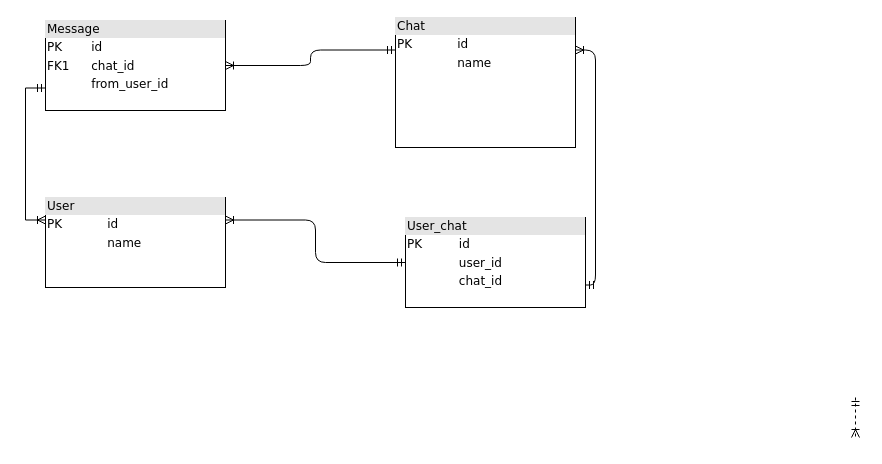
Before: Untitled Diagram.drawio in Tuyen94/drawio, a draw.io diagram. Source tidied: cells renumbered, new cells numbered last; positions are measured from the earlier drawing's top-left corner, leaving out a move shared by most shapes. Both pictures are drawn from the tidied source at 100%, with x=0, y=0 at pixel (45, 17).
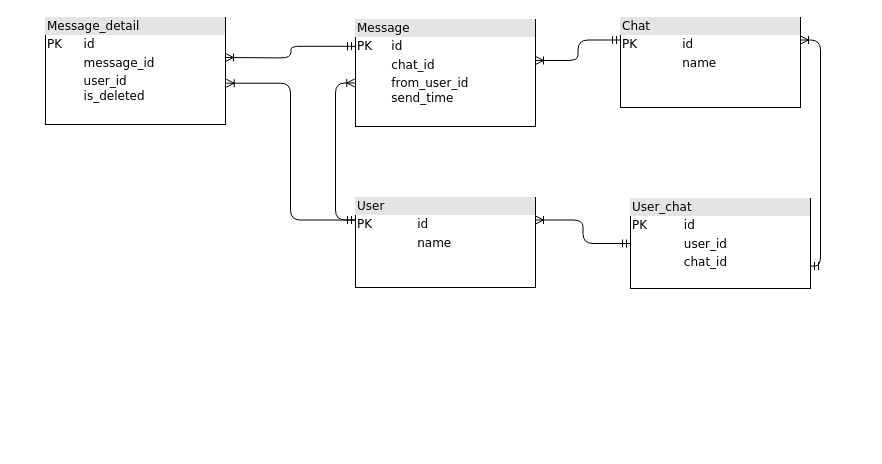
Above is the later version.

What changed in the source:
```diff
@@
 <mxGraphModel>
   <root>
     <mxCell id="0" />
     <mxCell id="1" parent="0" />
-    <mxCell id="2" style="edgeStyle=orthogonalEdgeStyle;rounded=0;jettySize=auto;html=1;exitX=0;exitY=0.75;exitDx=0;exitDy=0;entryX=0;entryY=0.25;entryDx=0;entryDy=0;startArrow=ERmandOne;startFill=0;endArrow=ERoneToMany;endFill=0;" parent="1" edge="1" source="3" target="5">
+    <mxCell id="2" style="edgeStyle=orthogonalEdgeStyle;rounded=1;jettySize=auto;html=1;exitX=-0.004;exitY=0.593;exitDx=0;exitDy=0;entryX=0;entryY=0.25;entryDx=0;entryDy=0;startArrow=ERoneToMany;startFill=0;endArrow=ERmandOne;endFill=0;exitPerimeter=0;" parent="1" edge="1" source="3" target="5">
       <mxGeometry relative="1" as="geometry" />
     </mxCell>
-    <mxCell id="3" value="&lt;div style=&quot;box-sizing:border-box;width:100%;background:#e4e4e4;padding:2px;&quot;&gt;Message&lt;/div&gt;&lt;table style=&quot;width:100%;font-size:1em;&quot; cellpadding=&quot;2&quot; cellspacing=&quot;0&quot;&gt;&lt;tbody&gt;&lt;tr&gt;&lt;td&gt;PK&lt;/td&gt;&lt;td&gt;id&lt;/td&gt;&lt;/tr&gt;&lt;tr&gt;&lt;td&gt;FK1&lt;/td&gt;&lt;td&gt;chat_id&lt;/td&gt;&lt;/tr&gt;&lt;tr&gt;&lt;td&gt;&lt;/td&gt;&lt;td&gt;from_user_id&lt;/td&gt;&lt;/tr&gt;&lt;/tbody&gt;&lt;/table&gt;" style="verticalAlign=top;align=left;overflow=fill;html=1;rounded=0;shadow=0;comic=0;labelBackgroundColor=none;strokeWidth=1;fontFamily=Verdana;fontSize=12;" parent="1" vertex="1">
-      <mxGeometry y="3" width="180" height="90" as="geometry" />
+    <mxCell id="3" value="&lt;div style=&quot;box-sizing:border-box;width:100%;background:#e4e4e4;padding:2px;&quot;&gt;Message&lt;/div&gt;&lt;table style=&quot;width:100%;font-size:1em;&quot; cellpadding=&quot;2&quot; cellspacing=&quot;0&quot;&gt;&lt;tbody&gt;&lt;tr&gt;&lt;td&gt;PK&lt;/td&gt;&lt;td&gt;id&lt;/td&gt;&lt;/tr&gt;&lt;tr&gt;&lt;td&gt;&lt;/td&gt;&lt;td&gt;chat_id&lt;/td&gt;&lt;/tr&gt;&lt;tr&gt;&lt;td&gt;&lt;/td&gt;&lt;td&gt;from_user_id&lt;br&gt;send_time&lt;/td&gt;&lt;/tr&gt;&lt;/tbody&gt;&lt;/table&gt;" style="verticalAlign=top;align=left;overflow=fill;html=1;rounded=0;shadow=0;comic=0;labelBackgroundColor=none;strokeWidth=1;fontFamily=Verdana;fontSize=12;" parent="1" vertex="1">
+      <mxGeometry x="310" y="2" width="180" height="107" as="geometry" />
     </mxCell>
     <mxCell id="4" value="&lt;div style=&quot;box-sizing: border-box ; width: 100% ; background: #e4e4e4 ; padding: 2px&quot;&gt;Chat&lt;/div&gt;&lt;table style=&quot;width: 100% ; font-size: 1em&quot; cellpadding=&quot;2&quot; cellspacing=&quot;0&quot;&gt;&lt;tbody&gt;&lt;tr&gt;&lt;td&gt;PK&lt;/td&gt;&lt;td&gt;id&lt;/td&gt;&lt;/tr&gt;&lt;tr&gt;&lt;td&gt;&lt;br&gt;&lt;/td&gt;&lt;td&gt;name&lt;/td&gt;&lt;/tr&gt;&lt;tr&gt;&lt;td&gt;&lt;/td&gt;&lt;td&gt;&lt;br&gt;&lt;/td&gt;&lt;/tr&gt;&lt;/tbody&gt;&lt;/table&gt;" style="verticalAlign=top;align=left;overflow=fill;html=1;rounded=0;shadow=0;comic=0;labelBackgroundColor=none;strokeWidth=1;fontFamily=Verdana;fontSize=12;" parent="1" vertex="1">
-      <mxGeometry x="350" width="180" height="130" as="geometry" />
+      <mxGeometry x="575" width="180" height="90" as="geometry" />
     </mxCell>
+    <mxCell id="11" style="edgeStyle=orthogonalEdgeStyle;rounded=1;jettySize=auto;html=1;entryX=1.004;entryY=0.614;entryDx=0;entryDy=0;startArrow=ERmandOne;startFill=0;endArrow=ERoneToMany;endFill=0;exitX=0;exitY=0.25;exitDx=0;exitDy=0;entryPerimeter=0;" parent="1" edge="1" source="5" target="13">
+      <mxGeometry relative="1" as="geometry" />
+    </mxCell>
     <mxCell id="5" value="&lt;div style=&quot;box-sizing:border-box;width:100%;background:#e4e4e4;padding:2px;&quot;&gt;User&lt;/div&gt;&lt;table style=&quot;width:100%;font-size:1em;&quot; cellpadding=&quot;2&quot; cellspacing=&quot;0&quot;&gt;&lt;tbody&gt;&lt;tr&gt;&lt;td&gt;PK&lt;/td&gt;&lt;td&gt;id&lt;/td&gt;&lt;/tr&gt;&lt;tr&gt;&lt;td&gt;&lt;br&gt;&lt;/td&gt;&lt;td&gt;name&lt;/td&gt;&lt;/tr&gt;&lt;tr&gt;&lt;td&gt;&lt;/td&gt;&lt;td&gt;&lt;br&gt;&lt;/td&gt;&lt;/tr&gt;&lt;/tbody&gt;&lt;/table&gt;" style="verticalAlign=top;align=left;overflow=fill;html=1;rounded=0;shadow=0;comic=0;labelBackgroundColor=none;strokeWidth=1;fontFamily=Verdana;fontSize=12;" parent="1" vertex="1">
-      <mxGeometry y="180" width="180" height="90" as="geometry" />
+      <mxGeometry x="310" y="180" width="180" height="90" as="geometry" />
     </mxCell>
-    <mxCell id="6" style="edgeStyle=orthogonalEdgeStyle;html=1;entryX=0.5;entryY=0;dashed=1;labelBackgroundColor=none;startArrow=ERmandOne;endArrow=ERoneToMany;fontFamily=Verdana;fontSize=12;align=left;" parent="1" edge="1">
-      <mxGeometry relative="1" as="geometry">
-        <mxPoint x="810" y="380" as="sourcePoint" />
-        <mxPoint x="810" y="420" as="targetPoint" />
-      </mxGeometry>
-    </mxCell>
-    <mxCell id="7" style="edgeStyle=orthogonalEdgeStyle;html=1;endArrow=ERoneToMany;startArrow=ERmandOne;labelBackgroundColor=none;fontFamily=Verdana;fontSize=12;align=left;exitX=0;exitY=0.25;entryX=1;entryY=0.5;exitDx=0;exitDy=0;entryDx=0;entryDy=0;" parent="1" edge="1" source="4" target="3">
+    <mxCell id="7" style="edgeStyle=orthogonalEdgeStyle;html=1;endArrow=ERoneToMany;startArrow=ERmandOne;labelBackgroundColor=none;fontFamily=Verdana;fontSize=12;align=left;exitX=0;exitY=0.25;entryX=1;entryY=0.383;exitDx=0;exitDy=0;entryDx=0;entryDy=0;entryPerimeter=0;" parent="1" edge="1" source="4" target="3">
       <mxGeometry relative="1" as="geometry" />
     </mxCell>
     <mxCell id="8" value="&lt;div style=&quot;box-sizing: border-box ; width: 100% ; background: #e4e4e4 ; padding: 2px&quot;&gt;User_chat&lt;/div&gt;&lt;table style=&quot;width: 100% ; font-size: 1em&quot; cellpadding=&quot;2&quot; cellspacing=&quot;0&quot;&gt;&lt;tbody&gt;&lt;tr&gt;&lt;td&gt;PK&lt;/td&gt;&lt;td&gt;id&lt;/td&gt;&lt;/tr&gt;&lt;tr&gt;&lt;td&gt;&lt;br&gt;&lt;/td&gt;&lt;td&gt;user_id&lt;/td&gt;&lt;/tr&gt;&lt;tr&gt;&lt;td&gt;&lt;/td&gt;&lt;td&gt;chat_id&lt;/td&gt;&lt;/tr&gt;&lt;/tbody&gt;&lt;/table&gt;" style="verticalAlign=top;align=left;overflow=fill;html=1;rounded=0;shadow=0;comic=0;labelBackgroundColor=none;strokeWidth=1;fontFamily=Verdana;fontSize=12;" parent="1" vertex="1">
-      <mxGeometry x="360" y="200" width="180" height="90" as="geometry" />
+      <mxGeometry x="585" y="181" width="180" height="90" as="geometry" />
     </mxCell>
     <mxCell id="9" style="edgeStyle=orthogonalEdgeStyle;html=1;endArrow=ERoneToMany;startArrow=ERmandOne;labelBackgroundColor=none;fontFamily=Verdana;fontSize=12;align=left;exitX=0;exitY=0.5;exitDx=0;exitDy=0;entryX=1;entryY=0.25;entryDx=0;entryDy=0;" parent="1" edge="1" source="8" target="5">
       <mxGeometry relative="1" as="geometry" />
     </mxCell>
     <mxCell id="10" style="edgeStyle=orthogonalEdgeStyle;html=1;endArrow=ERoneToMany;startArrow=ERmandOne;labelBackgroundColor=none;fontFamily=Verdana;fontSize=12;align=left;exitX=1;exitY=0.75;exitDx=0;exitDy=0;entryX=1;entryY=0.25;entryDx=0;entryDy=0;" parent="1" edge="1" source="8" target="4">
       <mxGeometry relative="1" as="geometry" />
     </mxCell>
+    <mxCell id="12" style="edgeStyle=orthogonalEdgeStyle;rounded=1;jettySize=auto;html=1;entryX=0;entryY=0.25;entryDx=0;entryDy=0;endArrow=ERmandOne;endFill=0;startArrow=ERoneToMany;startFill=0;" parent="1" edge="1" target="3">
+      <mxGeometry relative="1" as="geometry">
+        <mxPoint x="180" y="40" as="sourcePoint" />
+      </mxGeometry>
+    </mxCell>
+    <mxCell id="13" value="&lt;div style=&quot;box-sizing:border-box;width:100%;background:#e4e4e4;padding:2px;&quot;&gt;Message_detail&lt;/div&gt;&lt;table style=&quot;width:100%;font-size:1em;&quot; cellpadding=&quot;2&quot; cellspacing=&quot;0&quot;&gt;&lt;tbody&gt;&lt;tr&gt;&lt;td&gt;PK&lt;/td&gt;&lt;td&gt;id&lt;/td&gt;&lt;/tr&gt;&lt;tr&gt;&lt;td&gt;&lt;/td&gt;&lt;td&gt;message_id&lt;/td&gt;&lt;/tr&gt;&lt;tr&gt;&lt;td&gt;&lt;/td&gt;&lt;td&gt;user_id&lt;br&gt;is_deleted&lt;/td&gt;&lt;/tr&gt;&lt;/tbody&gt;&lt;/table&gt;" style="verticalAlign=top;align=left;overflow=fill;html=1;rounded=0;shadow=0;comic=0;labelBackgroundColor=none;strokeWidth=1;fontFamily=Verdana;fontSize=12;" parent="1" vertex="1">
+      <mxGeometry width="180" height="107" as="geometry" />
+    </mxCell>
   </root>
 </mxGraphModel>
```
